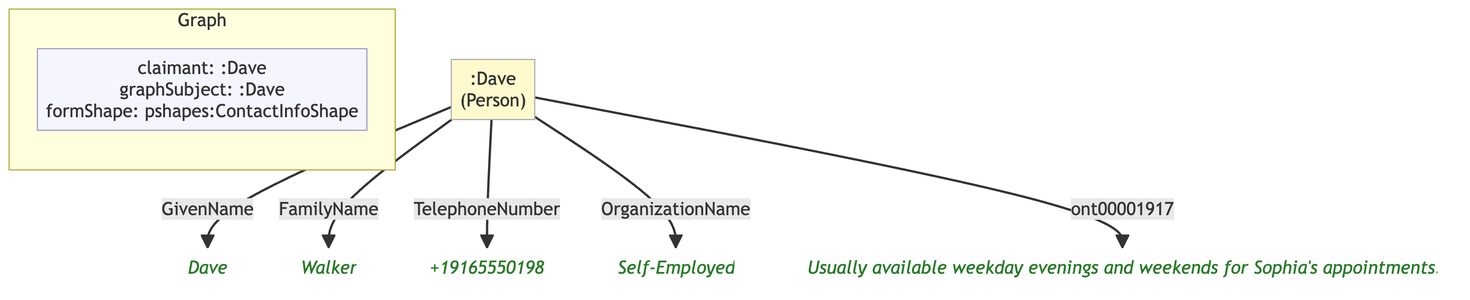
Before: example/graphs/images/graph-28.png, a diagram exported from Mermaid (MeeFoundation/mia-ontologies). Its source is kept beside it as example/graphs/images/graph-28.mmd.
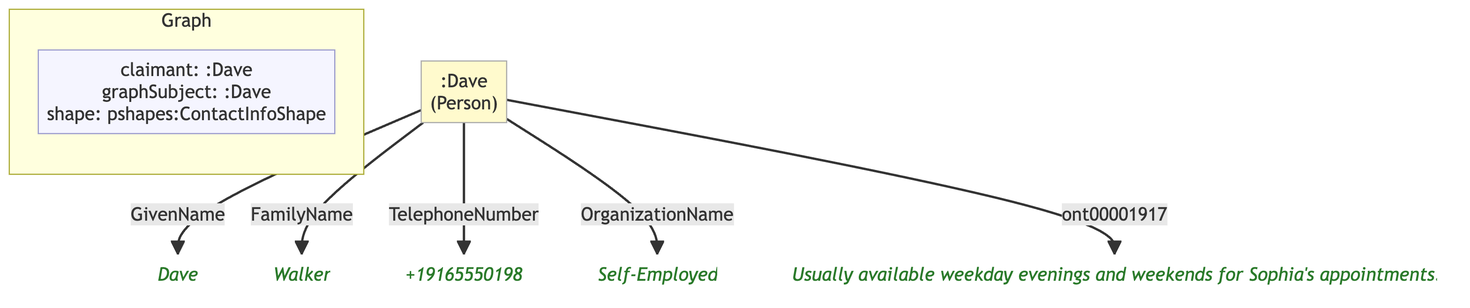
Above is the later version.

Diff of the diagram source:
```diff
@@ -7,18 +7,18 @@
 
     subgraph ctx["Graph"]
         direction LR
-        ctx_meta["claimant: :Dave\ngraphSubject: :Dave\nformShape: pshapes:ContactInfoShape"]:::meta
+        ctx_meta["claimant: :Dave\ngraphSubject: :Dave\nshape: pshapes:ContactInfoShape"]:::meta
     end
 
     nb69bdc5e9e9b[":Dave\n(Person)"]:::person
-    nbdbd49618ec5("Dave"):::lit
-    nee2e3b66c4ab("Walker"):::lit
-    n6dd5fa172234("+19165550198"):::lit
-    na175f5a3cb4b("Self-Employed"):::lit
-    n30d38e958cde("Usually available weekday evenings and weekends for Sophia's appointments."):::lit
+    n1cbd3bb5468f("Dave"):::lit
+    n7414b929aef9("Walker"):::lit
+    n3bea4121df18("+19165550198"):::lit
+    n5d501d4e1c62("Self-Employed"):::lit
+    n2a999535469b("Usually available weekday evenings and weekends for Sophia's appointments."):::lit
 
-    nb69bdc5e9e9b -->|"GivenName"| nbdbd49618ec5
-    nb69bdc5e9e9b -->|"FamilyName"| nee2e3b66c4ab
-    nb69bdc5e9e9b -->|"TelephoneNumber"| n6dd5fa172234
-    nb69bdc5e9e9b -->|"OrganizationName"| na175f5a3cb4b
-    nb69bdc5e9e9b -->|"ont00001917"| n30d38e958cde
+    nb69bdc5e9e9b -->|"GivenName"| n1cbd3bb5468f
+    nb69bdc5e9e9b -->|"FamilyName"| n7414b929aef9
+    nb69bdc5e9e9b -->|"TelephoneNumber"| n3bea4121df18
+    nb69bdc5e9e9b -->|"OrganizationName"| n5d501d4e1c62
+    nb69bdc5e9e9b -->|"ont00001917"| n2a999535469b
```
